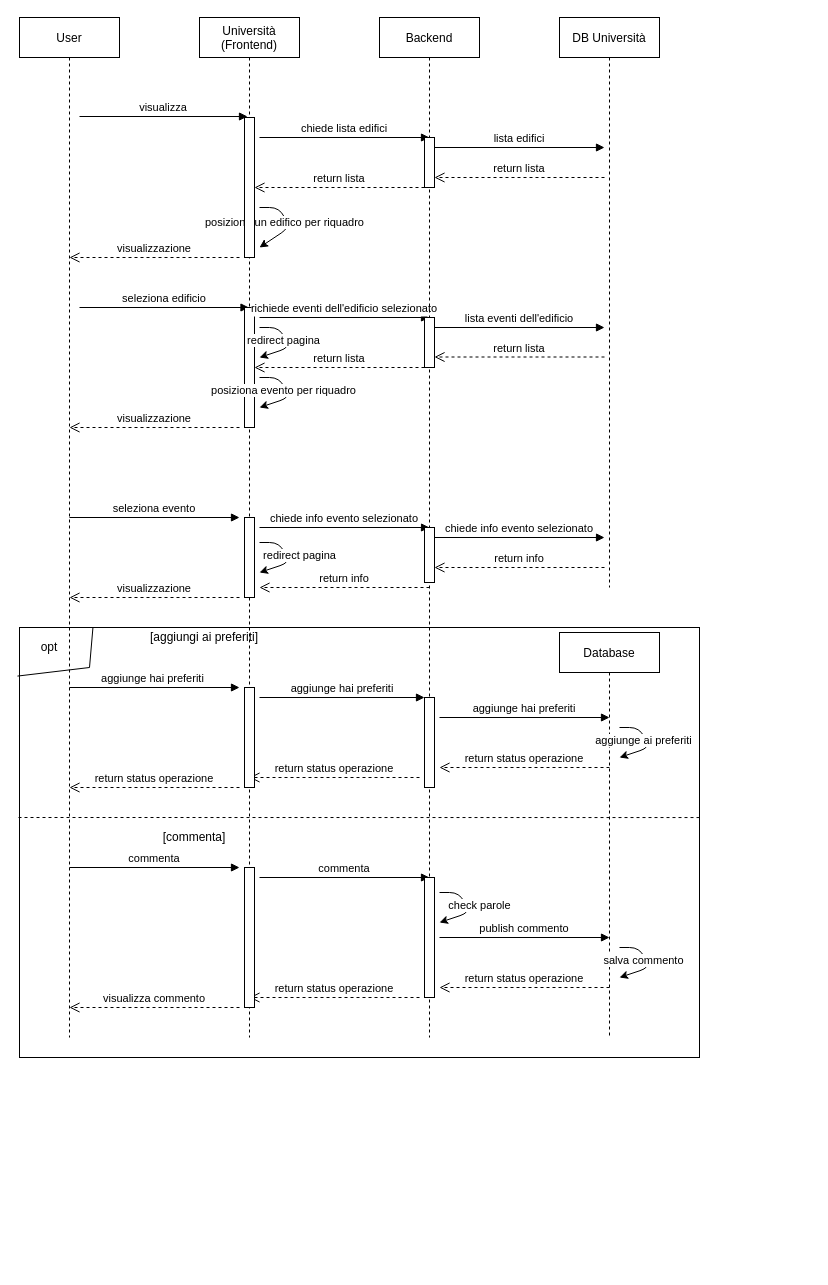
The draw.io diagram diagrams/2.sequence_diagram/universita.drawio in tomasel/IS_Univents, before the edit. Source tidied: cells renumbered, new cells numbered last; positions are measured from the earlier drawing's top-left corner, leaving out a move shared by most shapes. Both pictures are drawn from the tidied source at 100%, with x=0, y=0 at pixel (18, 17).
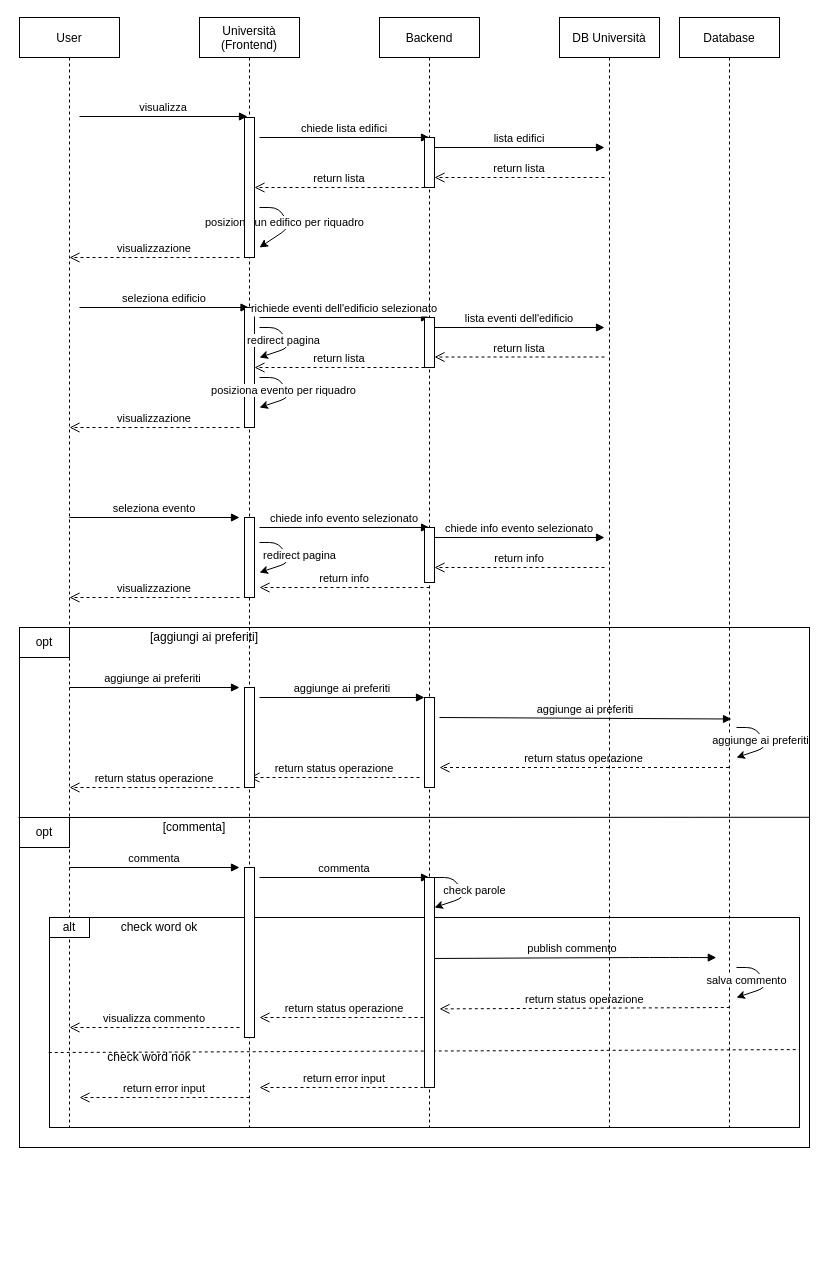
The same diagram, later.

Unchanged cells that the change refers to:
```xml
<mxCell id="65" style="points=[];perimeter=orthogonalPerimeter;rounded=0;shadow=0;strokeWidth=1;" parent="1" vertex="1">
  <mxGeometry x="406" y="680" width="10" height="90" as="geometry" />
</mxCell>
```

Change to the diagram source:
```diff
@@
     <mxCell id="2" style="group;" parent="1" vertex="1">
-      <mxGeometry x="1" width="680" height="1140" as="geometry" />
+      <mxGeometry x="1" width="790" height="1250" as="geometry" />
     </mxCell>
     <mxCell id="3" value="User" style="shape=umlLifeline;perimeter=lifelinePerimeter;rounded=0;shadow=0;strokeWidth=1;" parent="2" vertex="1">
-      <mxGeometry width="100" height="1020" as="geometry" />
+      <mxGeometry width="100" height="1110" as="geometry" />
     </mxCell>
@@
     <mxCell id="6" style="rounded=0;whiteSpace=wrap;html=1;fillColor=none;" parent="2" vertex="1">
-      <mxGeometry y="610" width="680" height="430" as="geometry" />
+      <mxGeometry y="610" width="790" height="520" as="geometry" />
     </mxCell>
-    <mxCell id="7" value="opt" style="text;html=1;strokeColor=none;fillColor=none;align=center;verticalAlign=middle;whiteSpace=wrap;rounded=0;" parent="2" vertex="1">
-      <mxGeometry x="10" y="620" width="40" height="20" as="geometry" />
-    </mxCell>
-    <mxCell id="8" value="aggiunge hai preferiti " style="verticalAlign=bottom;endArrow=block;entryX=0;entryY=0;shadow=0;strokeWidth=1;" parent="2" edge="1">
+    <mxCell id="8" value="aggiunge ai preferiti " style="verticalAlign=bottom;endArrow=block;entryX=0;entryY=0;shadow=0;strokeWidth=1;" parent="2" edge="1">
       <mxGeometry relative="1" as="geometry">
         <mxPoint x="50" y="670" as="sourcePoint" />
         <mxPoint x="220" y="670" as="targetPoint" />
       </mxGeometry>
     </mxCell>
@@
-    <mxCell id="10" value="aggiunge hai preferiti" style="verticalAlign=bottom;endArrow=block;entryX=0;entryY=0;shadow=0;strokeWidth=1;" parent="2" edge="1" target="65">
+    <mxCell id="10" value="aggiunge ai preferiti" style="verticalAlign=bottom;endArrow=block;entryX=0;entryY=0;shadow=0;strokeWidth=1;" parent="2" edge="1" target="65">
       <mxGeometry relative="1" as="geometry">
         <mxPoint x="240" y="680" as="sourcePoint" />
       </mxGeometry>
     </mxCell>
-    <mxCell id="11" value="aggiunge hai preferiti" style="verticalAlign=bottom;endArrow=block;entryX=0;entryY=0;shadow=0;strokeWidth=1;" parent="2" edge="1">
+    <mxCell id="11" value="aggiunge ai preferiti" style="verticalAlign=bottom;endArrow=block;entryX=0.52;entryY=0.632;shadow=0;strokeWidth=1;entryDx=0;entryDy=0;entryPerimeter=0;" parent="2" edge="1" target="12">
       <mxGeometry relative="1" as="geometry">
         <mxPoint x="420" y="700" as="sourcePoint" />
-        <mxPoint x="590" y="700" as="targetPoint" />
       </mxGeometry>
     </mxCell>
-    <mxCell id="12" value="Database" style="shape=umlLifeline;perimeter=lifelinePerimeter;rounded=0;shadow=0;strokeWidth=1;" parent="2" vertex="1">
-      <mxGeometry x="540" y="615" width="100" height="405" as="geometry" />
-    </mxCell>
-    <mxCell id="13" value="return status operazione" style="verticalAlign=bottom;endArrow=open;dashed=1;endSize=8;shadow=0;strokeWidth=1;" parent="2" edge="1">
+    <mxCell id="13" value="return status operazione" style="verticalAlign=bottom;endArrow=open;dashed=1;endSize=8;shadow=0;strokeWidth=1;" parent="2" edge="1" source="12">
       <mxGeometry relative="1" as="geometry">
-        <mxPoint x="590" y="750" as="sourcePoint" />
         <mxPoint x="420" y="750" as="targetPoint" />
       </mxGeometry>
     </mxCell>
@@
-    <mxCell id="16" style="endArrow=none;dashed=1;html=1;entryX=1;entryY=0.442;entryDx=0;entryDy=0;entryPerimeter=0;" parent="2" edge="1" target="6">
+    <mxCell id="16" style="endArrow=none;html=1;entryX=1;entryY=0.365;entryDx=0;entryDy=0;entryPerimeter=0;" parent="2" edge="1" target="6">
       <mxGeometry relative="1" as="geometry">
         <mxPoint x="-1" y="800" as="sourcePoint" />
       </mxGeometry>
     </mxCell>
@@
     <mxCell id="19" value="[commenta]" style="text;html=1;strokeColor=none;fillColor=none;align=center;verticalAlign=middle;whiteSpace=wrap;rounded=0;" parent="2" vertex="1">
-      <mxGeometry x="90" y="810" width="170" height="20" as="geometry" />
+      <mxGeometry x="90" y="800" width="170" height="20" as="geometry" />
     </mxCell>
@@
+    <mxCell id="27" value="return status operazione" style="verticalAlign=bottom;endArrow=open;dashed=1;endSize=8;shadow=0;strokeWidth=1;" parent="2" edge="1">
+      <mxGeometry relative="1" as="geometry">
+        <mxPoint x="410" y="1000" as="sourcePoint" />
+        <mxPoint x="240" y="1000" as="targetPoint" />
+      </mxGeometry>
+    </mxCell>
+    <mxCell id="28" value="visualizza commento" style="verticalAlign=bottom;endArrow=open;dashed=1;endSize=8;shadow=0;strokeWidth=1;" parent="2" edge="1">
+      <mxGeometry relative="1" as="geometry">
+        <mxPoint x="220" y="1010" as="sourcePoint" />
+        <mxPoint x="50" y="1010" as="targetPoint" />
+      </mxGeometry>
+    </mxCell>
+    <mxCell id="70" value="opt" style="rounded=0;whiteSpace=wrap;html=1;fillColor=#ffffff;" parent="2" vertex="1">
+      <mxGeometry y="610" width="50" height="30" as="geometry" />
+    </mxCell>
+    <mxCell id="71" value="opt" style="rounded=0;whiteSpace=wrap;html=1;fillColor=#ffffff;" parent="2" vertex="1">
+      <mxGeometry y="800" width="50" height="30" as="geometry" />
+    </mxCell>
+    <mxCell id="72" style="rounded=0;whiteSpace=wrap;html=1;fillColor=none;" parent="2" vertex="1">
+      <mxGeometry x="30" y="900" width="750" height="210" as="geometry" />
+    </mxCell>
+    <mxCell id="12" value="Database" style="shape=umlLifeline;perimeter=lifelinePerimeter;rounded=0;shadow=0;strokeWidth=1;" parent="2" vertex="1">
+      <mxGeometry x="660" width="100" height="1110" as="geometry" />
+    </mxCell>
+    <mxCell id="66" style="endArrow=classic;html=1;" parent="2" edge="1">
+      <mxGeometry relative="1" as="geometry">
+        <mxPoint x="717" y="710" as="sourcePoint" />
+        <mxPoint x="717" y="740" as="targetPoint" />
+        <Array as="points">
+          <mxPoint x="737" y="710" />
+          <mxPoint x="747" y="730" />
+        </Array>
+      </mxGeometry>
+    </mxCell>
+    <mxCell id="67" value="aggiunge ai preferiti" style="edgeLabel;html=1;align=center;verticalAlign=middle;" parent="66" vertex="1">
+      <mxGeometry x="-0.07" y="-3" relative="1" as="geometry">
+        <mxPoint y="-1" as="offset" />
+      </mxGeometry>
+    </mxCell>
     <mxCell id="21" style="endArrow=classic;html=1;" parent="2" edge="1">
       <mxGeometry relative="1" as="geometry">
-        <mxPoint x="420" y="875" as="sourcePoint" />
-        <mxPoint x="420" y="905" as="targetPoint" />
+        <mxPoint x="415" y="860" as="sourcePoint" />
+        <mxPoint x="415" y="890" as="targetPoint" />
         <Array as="points">
-          <mxPoint x="440" y="875" />
-          <mxPoint x="450" y="895" />
+          <mxPoint x="435" y="860" />
+          <mxPoint x="445" y="880" />
         </Array>
       </mxGeometry>
     </mxCell>
@@
+    <mxCell id="73" value="alt" style="rounded=0;whiteSpace=wrap;html=1;" parent="2" vertex="1">
+      <mxGeometry x="30" y="900" width="40" height="20" as="geometry" />
+    </mxCell>
-    <mxCell id="23" value="publish commento" style="verticalAlign=bottom;endArrow=block;entryX=0;entryY=0;shadow=0;strokeWidth=1;" parent="2" edge="1">
+    <mxCell id="23" value="publish commento" style="verticalAlign=bottom;endArrow=block;entryX=0.468;entryY=0.91;shadow=0;strokeWidth=1;entryDx=0;entryDy=0;entryPerimeter=0;" parent="2" edge="1">
       <mxGeometry relative="1" as="geometry">
-        <mxPoint x="420" y="920" as="sourcePoint" />
-        <mxPoint x="590" y="920" as="targetPoint" />
+        <mxPoint x="410" y="941" as="sourcePoint" />
+        <mxPoint x="696.8" y="940.1" as="targetPoint" />
+        <Array as="points">
+          <mxPoint x="620" y="940" />
+          <mxPoint x="660" y="940" />
+        </Array>
       </mxGeometry>
     </mxCell>
-    <mxCell id="24" value="return status operazione" style="verticalAlign=bottom;endArrow=open;dashed=1;endSize=8;shadow=0;strokeWidth=1;" parent="2" edge="1">
-      <mxGeometry relative="1" as="geometry">
-        <mxPoint x="590" y="970" as="sourcePoint" />
-        <mxPoint x="420" y="970" as="targetPoint" />
-      </mxGeometry>
-    </mxCell>
     <mxCell id="25" style="endArrow=classic;html=1;" parent="2" edge="1">
       <mxGeometry relative="1" as="geometry">
-        <mxPoint x="600" y="930" as="sourcePoint" />
-        <mxPoint x="600" y="960" as="targetPoint" />
+        <mxPoint x="717" y="950" as="sourcePoint" />
+        <mxPoint x="717" y="980" as="targetPoint" />
         <Array as="points">
-          <mxPoint x="620" y="930" />
-          <mxPoint x="630" y="950" />
+          <mxPoint x="737" y="950" />
+          <mxPoint x="747" y="970" />
         </Array>
       </mxGeometry>
     </mxCell>
     <mxCell id="26" value="salva commento" style="edgeLabel;html=1;align=center;verticalAlign=middle;" parent="25" vertex="1">
       <mxGeometry x="-0.07" y="-3" relative="1" as="geometry">
-        <mxPoint y="-1" as="offset" />
+        <mxPoint x="-13.6" y="-1" as="offset" />
       </mxGeometry>
     </mxCell>
-    <mxCell id="27" value="return status operazione" style="verticalAlign=bottom;endArrow=open;dashed=1;endSize=8;shadow=0;strokeWidth=1;" parent="2" edge="1">
-      <mxGeometry relative="1" as="geometry">
-        <mxPoint x="400" y="980" as="sourcePoint" />
-        <mxPoint x="230" y="980" as="targetPoint" />
-      </mxGeometry>
-    </mxCell>
-    <mxCell id="28" value="visualizza commento" style="verticalAlign=bottom;endArrow=open;dashed=1;endSize=8;shadow=0;strokeWidth=1;" parent="2" edge="1">
-      <mxGeometry relative="1" as="geometry">
-        <mxPoint x="220" y="990" as="sourcePoint" />
-        <mxPoint x="50" y="990" as="targetPoint" />
-      </mxGeometry>
-    </mxCell>
+    <mxCell id="74" value="check word ok" style="text;html=1;strokeColor=none;fillColor=none;align=center;verticalAlign=middle;whiteSpace=wrap;rounded=0;" parent="2" vertex="1">
+      <mxGeometry x="80" y="900" width="120" height="20" as="geometry" />
+    </mxCell>
+    <mxCell id="24" value="return status operazione" style="verticalAlign=bottom;endArrow=open;dashed=1;endSize=8;shadow=0;strokeWidth=1;exitX=0.503;exitY=0.959;exitDx=0;exitDy=0;exitPerimeter=0;" parent="2" edge="1">
+      <mxGeometry relative="1" as="geometry">
+        <mxPoint x="710.3" y="990" as="sourcePoint" />
+        <mxPoint x="420" y="991.4" as="targetPoint" />
+      </mxGeometry>
+    </mxCell>
+    <mxCell id="75" style="endArrow=none;dashed=1;html=1;exitX=-0.001;exitY=0.643;exitDx=0;exitDy=0;exitPerimeter=0;entryX=1;entryY=0.629;entryDx=0;entryDy=0;entryPerimeter=0;" parent="2" edge="1" source="72" target="72">
+      <mxGeometry relative="1" as="geometry" />
+    </mxCell>
+    <mxCell id="76" value="check word nok" style="text;html=1;strokeColor=none;fillColor=none;align=center;verticalAlign=middle;whiteSpace=wrap;rounded=0;" parent="2" vertex="1">
+      <mxGeometry x="80" y="1030" width="100" height="20" as="geometry" />
+    </mxCell>
+    <mxCell id="77" value="return error input" style="verticalAlign=bottom;endArrow=open;dashed=1;endSize=8;shadow=0;strokeWidth=1;" parent="2" edge="1">
+      <mxGeometry relative="1" as="geometry">
+        <mxPoint x="410" y="1070" as="sourcePoint" />
+        <mxPoint x="240" y="1070" as="targetPoint" />
+      </mxGeometry>
+    </mxCell>
+    <mxCell id="78" value="return error input" style="verticalAlign=bottom;endArrow=open;dashed=1;endSize=8;shadow=0;strokeWidth=1;" parent="2" edge="1">
+      <mxGeometry relative="1" as="geometry">
+        <mxPoint x="230" y="1080" as="sourcePoint" />
+        <mxPoint x="60" y="1080" as="targetPoint" />
+      </mxGeometry>
+    </mxCell>
     <mxCell id="29" style="group;" parent="1" vertex="1">
-      <mxGeometry x="541" width="100" height="570" as="geometry" />
+      <mxGeometry x="541" width="100" height="1110" as="geometry" />
     </mxCell>
     <mxCell id="30" value="DB Università" style="shape=umlLifeline;perimeter=lifelinePerimeter;rounded=0;shadow=0;strokeWidth=1;" parent="29" vertex="1">
-      <mxGeometry width="100" height="570" as="geometry" />
+      <mxGeometry width="100" height="1110" as="geometry" />
     </mxCell>
@@
     <mxCell id="43" value="Università&#10;(Frontend)" style="shape=umlLifeline;perimeter=lifelinePerimeter;rounded=0;shadow=0;strokeWidth=1;" parent="1" vertex="1">
-      <mxGeometry x="181" width="100" height="1020" as="geometry" />
+      <mxGeometry x="181" width="100" height="1110" as="geometry" />
     </mxCell>
@@
     <mxCell id="54" value="Backend" style="shape=umlLifeline;perimeter=lifelinePerimeter;rounded=0;shadow=0;strokeWidth=1;" parent="1" vertex="1">
-      <mxGeometry x="361" width="100" height="1020" as="geometry" />
+      <mxGeometry x="361" width="100" height="1110" as="geometry" />
     </mxCell>
@@
-    <mxCell id="62" style="endArrow=none;html=1;exitX=-0.003;exitY=0.113;exitDx=0;exitDy=0;exitPerimeter=0;" parent="1" edge="1" source="6">
-      <mxGeometry relative="1" as="geometry">
-        <mxPoint x="71" y="650" as="targetPoint" />
-      </mxGeometry>
-    </mxCell>
-    <mxCell id="63" style="endArrow=none;html=1;entryX=0.108;entryY=0;entryDx=0;entryDy=0;entryPerimeter=0;" parent="1" edge="1" target="6">
-      <mxGeometry relative="1" as="geometry">
-        <mxPoint x="71" y="650" as="sourcePoint" />
-      </mxGeometry>
-    </mxCell>
@@
-    <mxCell id="66" style="endArrow=classic;html=1;" parent="1" edge="1">
-      <mxGeometry relative="1" as="geometry">
-        <mxPoint x="601" y="710" as="sourcePoint" />
-        <mxPoint x="601" y="740" as="targetPoint" />
-        <Array as="points">
-          <mxPoint x="621" y="710" />
-          <mxPoint x="631" y="730" />
-        </Array>
-      </mxGeometry>
-    </mxCell>
-    <mxCell id="67" value="aggiunge ai preferiti" style="edgeLabel;html=1;align=center;verticalAlign=middle;" parent="66" vertex="1">
-      <mxGeometry x="-0.07" y="-3" relative="1" as="geometry">
-        <mxPoint y="-1" as="offset" />
-      </mxGeometry>
-    </mxCell>
     <mxCell id="68" style="perimeter=orthogonalPerimeter;rounded=0;shadow=0;strokeWidth=1;" parent="1" vertex="1">
-      <mxGeometry x="226" y="850" width="10" height="140" as="geometry" />
+      <mxGeometry x="226" y="850" width="10" height="170" as="geometry" />
     </mxCell>
     <mxCell id="69" style="perimeter=orthogonalPerimeter;rounded=0;shadow=0;strokeWidth=1;fillColor=#ffffff;" parent="1" vertex="1">
-      <mxGeometry x="406" y="860" width="10" height="120" as="geometry" />
+      <mxGeometry x="406" y="860" width="10" height="210" as="geometry" />
     </mxCell>
```
